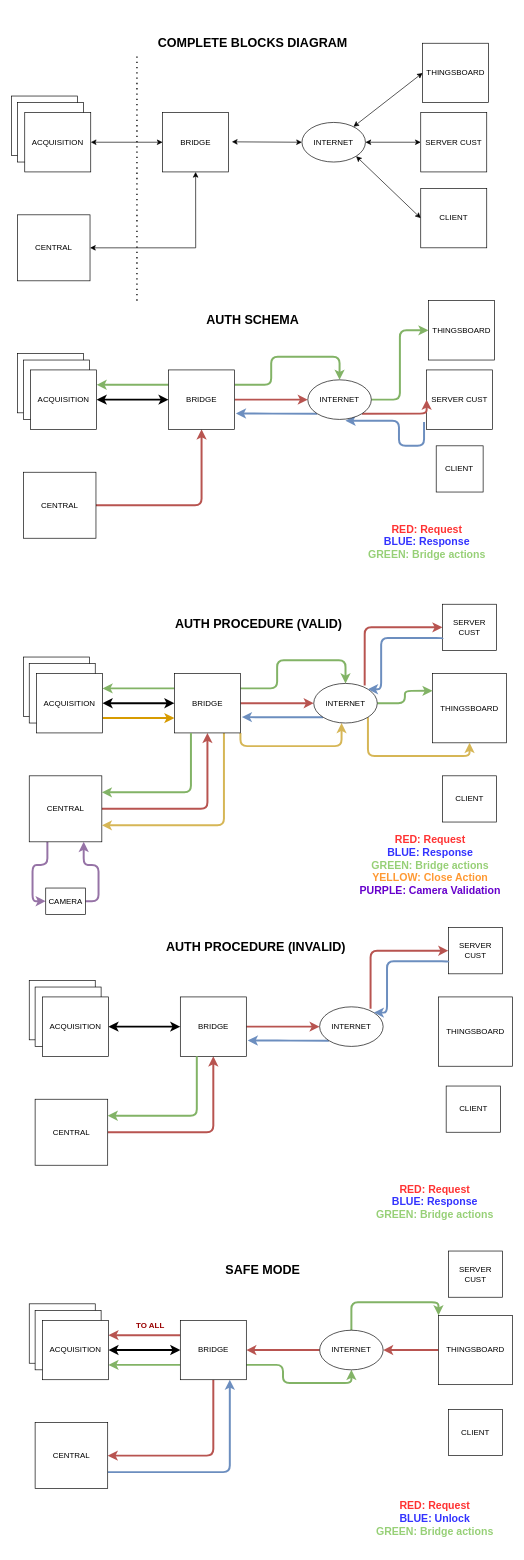
The draw.io diagram page "Page-1" (1 of 2) of Doc/Blocks/Working_Blocks/Working_Blocks.drawio in fmarzo/SMASHBOX, before the edit. Source tidied: cells renumbered, new cells numbered last; positions are measured from the earlier drawing's top-left corner, leaving out a move shared by most shapes. Both pictures are drawn from the tidied source at 66%, with x=0, y=0 at pixel (11, 30).
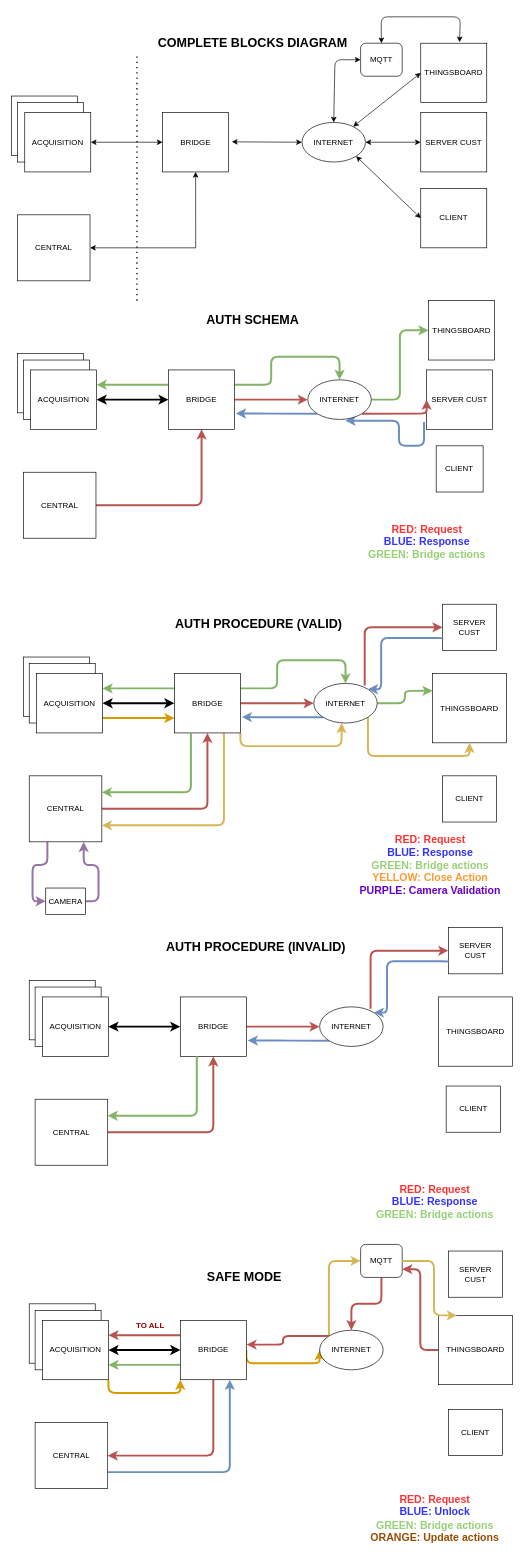
Above is the later version.

Unchanged cells that the change refers to:
```xml
<mxCell id="9" value="INTERNET" style="ellipse;whiteSpace=wrap;html=1;" parent="1" vertex="1">
  <mxGeometry x="440" y="140" width="96.2" height="60" as="geometry" />
</mxCell>
<mxCell id="91" value="BRIDGE" style="rounded=0;whiteSpace=wrap;html=1;" parent="1" vertex="1">
  <mxGeometry x="255.7" y="1955" width="100" height="90" as="geometry" />
</mxCell>
<mxCell id="93" value="THINGSBOARD" style="rounded=0;whiteSpace=wrap;html=1;" parent="1" vertex="1">
  <mxGeometry x="646.8" y="1947.5" width="112.1" height="105" as="geometry" />
</mxCell>
<mxCell id="97" value="INTERNET" style="ellipse;whiteSpace=wrap;html=1;" parent="1" vertex="1">
  <mxGeometry x="466.8" y="1970" width="96.2" height="60" as="geometry" />
</mxCell>
<mxCell id="99" value="ACQUISITION" style="rounded=0;whiteSpace=wrap;html=1;" parent="1" vertex="1">
  <mxGeometry x="46.8" y="1955" width="100" height="90" as="geometry" />
</mxCell>
```

What changed in the source:
```diff
@@
     <mxCell id="5" value="THINGSBOARD" style="rounded=0;whiteSpace=wrap;html=1;" parent="1" vertex="1">
-      <mxGeometry x="622.8" y="20" width="100" height="90" as="geometry" />
+      <mxGeometry x="620" y="20" width="100" height="90" as="geometry" />
     </mxCell>
@@
     <mxCell id="82" value="&lt;font style=&quot;font-size: 19px;&quot;&gt;&lt;b&gt;SAFE MODE&amp;nbsp;&lt;/b&gt;&lt;/font&gt;" style="text;html=1;align=center;verticalAlign=middle;strokeColor=none;fillColor=none;" parent="1" vertex="1">
-      <mxGeometry x="312.9" y="1860" width="140" height="40" as="geometry" />
+      <mxGeometry x="285" y="1870" width="140" height="40" as="geometry" />
     </mxCell>
@@
-    <mxCell id="87" style="edgeStyle=orthogonalEdgeStyle;rounded=1;jettySize=auto;html=1;fillColor=#f8cecc;strokeColor=#b85450;strokeWidth=3;" parent="1" edge="1" source="97" target="91">
+    <mxCell id="87" style="edgeStyle=orthogonalEdgeStyle;rounded=1;jettySize=auto;html=1;fillColor=#f8cecc;strokeColor=#b85450;strokeWidth=3;exitX=0.5;exitY=1;exitDx=0;exitDy=0;entryX=0.5;entryY=0;entryDx=0;entryDy=0;" parent="1" edge="1" source="110" target="97">
       <mxGeometry relative="1" as="geometry" />
     </mxCell>
@@
-    <mxCell id="90" style="edgeStyle=orthogonalEdgeStyle;rounded=1;jettySize=auto;html=1;exitX=1;exitY=0.75;exitDx=0;exitDy=0;entryX=0.5;entryY=1;entryDx=0;entryDy=0;fillColor=#d5e8d4;strokeColor=#82b366;strokeWidth=3;" parent="1" edge="1" source="91" target="97">
-      <mxGeometry relative="1" as="geometry" />
+    <mxCell id="90" style="edgeStyle=orthogonalEdgeStyle;rounded=1;jettySize=auto;html=1;exitX=1;exitY=0.5;exitDx=0;exitDy=0;entryX=0;entryY=0.5;entryDx=0;entryDy=0;fillColor=#ffe6cc;strokeColor=#d79b00;strokeWidth=3;" parent="1" edge="1" source="91" target="97">
+      <mxGeometry relative="1" as="geometry">
+        <Array as="points">
+          <mxPoint x="356" y="2020" />
+          <mxPoint x="467" y="2020" />
+        </Array>
+      </mxGeometry>
     </mxCell>
@@
-    <mxCell id="92" style="edgeStyle=orthogonalEdgeStyle;rounded=1;jettySize=auto;html=1;exitX=0;exitY=0.5;exitDx=0;exitDy=0;entryX=1;entryY=0.5;entryDx=0;entryDy=0;fillColor=#f8cecc;strokeColor=#b85450;strokeWidth=3;" parent="1" edge="1" source="93" target="97">
+    <mxCell id="92" style="edgeStyle=orthogonalEdgeStyle;rounded=1;jettySize=auto;html=1;exitX=0;exitY=0.5;exitDx=0;exitDy=0;entryX=1;entryY=0.75;entryDx=0;entryDy=0;fillColor=#f8cecc;strokeColor=#b85450;strokeWidth=3;" parent="1" edge="1" source="93" target="110">
       <mxGeometry relative="1" as="geometry" />
     </mxCell>
@@
-    <mxCell id="96" style="edgeStyle=orthogonalEdgeStyle;rounded=1;jettySize=auto;html=1;exitX=0.5;exitY=0;exitDx=0;exitDy=0;entryX=0;entryY=0;entryDx=0;entryDy=0;fillColor=#d5e8d4;strokeColor=#82b366;strokeWidth=3;" parent="1" edge="1" source="97" target="93">
+    <mxCell id="96" style="edgeStyle=orthogonalEdgeStyle;rounded=1;jettySize=auto;html=1;exitX=0;exitY=0;exitDx=0;exitDy=0;entryX=0;entryY=0.5;entryDx=0;entryDy=0;fillColor=#fff2cc;strokeColor=#d6b656;strokeWidth=3;" parent="1" edge="1" source="97" target="110">
       <mxGeometry relative="1" as="geometry" />
     </mxCell>
@@
+    <mxCell id="106" style="edgeStyle=orthogonalEdgeStyle;rounded=1;jettySize=auto;html=1;exitX=1;exitY=1;exitDx=0;exitDy=0;entryX=0;entryY=1;entryDx=0;entryDy=0;strokeWidth=3;fillColor=#ffe6cc;strokeColor=#d79b00;" parent="1" edge="1" source="99" target="91">
+      <mxGeometry relative="1" as="geometry" />
+    </mxCell>
@@
-    <mxCell id="102" value="&lt;font style=&quot;font-size: 16px;&quot;&gt;&lt;b&gt;&lt;font color=&quot;#ff3333&quot;&gt;RED: Request&lt;br&gt;&lt;/font&gt;&lt;font color=&quot;#3333ff&quot;&gt;BLUE: Unlock&lt;/font&gt;&lt;br&gt;&lt;font color=&quot;#97d077&quot;&gt;GREEN: Bridge actions&lt;/font&gt;&lt;br&gt;&lt;/b&gt;&lt;/font&gt;" style="text;html=1;align=center;verticalAlign=middle;strokeColor=none;fillColor=none;" parent="1" vertex="1">
-      <mxGeometry x="540.7" y="2220" width="200" height="70" as="geometry" />
+    <mxCell id="102" value="&lt;font style=&quot;font-size: 16px;&quot;&gt;&lt;b&gt;&lt;font color=&quot;#ff3333&quot;&gt;RED: Request&lt;br&gt;&lt;/font&gt;&lt;font color=&quot;#3333ff&quot;&gt;BLUE: Unlock&lt;/font&gt;&lt;br&gt;&lt;font color=&quot;#97d077&quot;&gt;GREEN: Bridge actions&lt;br&gt;&lt;/font&gt;&lt;font color=&quot;#994c00&quot;&gt;ORANGE: Update actions&lt;/font&gt;&lt;br&gt;&lt;/b&gt;&lt;/font&gt;" style="text;html=1;align=center;verticalAlign=middle;strokeColor=none;fillColor=none;" parent="1" vertex="1">
+      <mxGeometry x="530.7" y="2210" width="220" height="90" as="geometry" />
     </mxCell>
@@
+    <mxCell id="107" value="MQTT" style="rounded=1;whiteSpace=wrap;html=1;" parent="1" vertex="1">
+      <mxGeometry x="528.9" y="20" width="63" height="50" as="geometry" />
+    </mxCell>
+    <mxCell id="108" style="endArrow=classic;startArrow=classic;html=1;rounded=1;entryX=0;entryY=0.5;entryDx=0;entryDy=0;exitX=0.5;exitY=0;exitDx=0;exitDy=0;" parent="1" edge="1" source="9" target="107">
+      <mxGeometry relative="1" as="geometry">
+        <Array as="points">
+          <mxPoint x="490" y="45" />
+        </Array>
+      </mxGeometry>
+    </mxCell>
+    <mxCell id="109" style="endArrow=classic;startArrow=classic;html=1;rounded=1;entryX=0.5;entryY=0;entryDx=0;entryDy=0;exitX=0.588;exitY=-0.018;exitDx=0;exitDy=0;exitPerimeter=0;" parent="1" edge="1" source="5" target="107">
+      <mxGeometry relative="1" as="geometry">
+        <Array as="points">
+          <mxPoint x="680" y="-20" />
+          <mxPoint x="630" y="-20" />
+          <mxPoint x="560" y="-20" />
+        </Array>
+      </mxGeometry>
+    </mxCell>
+    <mxCell id="110" value="MQTT" style="rounded=1;whiteSpace=wrap;html=1;" parent="1" vertex="1">
+      <mxGeometry x="528.9" y="1840" width="63" height="50" as="geometry" />
+    </mxCell>
+    <mxCell id="111" style="edgeStyle=orthogonalEdgeStyle;rounded=1;jettySize=auto;html=1;exitX=1;exitY=0.5;exitDx=0;exitDy=0;entryX=0.25;entryY=0;entryDx=0;entryDy=0;fillColor=#fff2cc;strokeColor=#d6b656;strokeWidth=3;" parent="1" edge="1" source="110" target="93">
+      <mxGeometry relative="1" as="geometry">
+        <Array as="points">
+          <mxPoint x="640" y="1865" />
+          <mxPoint x="640" y="1948" />
+        </Array>
+      </mxGeometry>
+    </mxCell>
+    <mxCell id="112" style="edgeStyle=orthogonalEdgeStyle;rounded=1;jettySize=auto;html=1;fillColor=#f8cecc;strokeColor=#b85450;strokeWidth=3;exitX=0;exitY=0;exitDx=0;exitDy=0;entryX=1.003;entryY=0.409;entryDx=0;entryDy=0;entryPerimeter=0;" parent="1" edge="1" source="97" target="91">
+      <mxGeometry relative="1" as="geometry" />
+    </mxCell>
```
